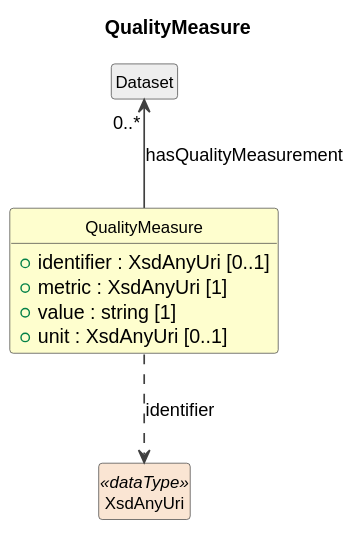
Before: build/plantuml/cdifDiscovery/Classes/QualityMeasure.svg, a diagram exported from PlantUML (Cross-Domain-Interoperability-Framework/metadataBuildingBlocks).
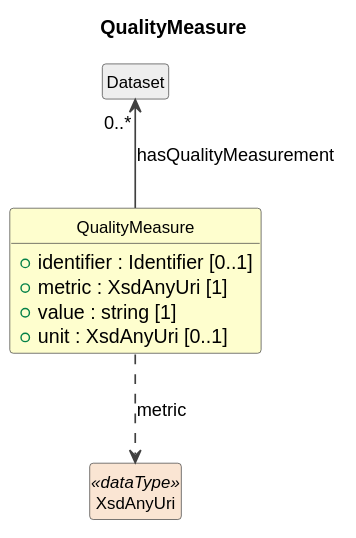
Above is the later version.

Change to the diagram source:
```diff
@@ -11,7 +11,7 @@
 }
 
 class "QualityMeasure" as QualityMeasure #FEFECE {
-  +identifier : XsdAnyUri [0..1]
+  +identifier : Identifier [0..1]
   +metric : XsdAnyUri [1]
   +value : string [1]
   +unit : XsdAnyUri [0..1]
@@ -19,5 +19,5 @@
 class "Dataset" as Dataset #EEEEEE
 Dataset "0..*" <-- QualityMeasure : hasQualityMeasurement
 class "XsdAnyUri" as XsdAnyUri <<dataType>> #FAE5D3
-QualityMeasure ..> XsdAnyUri : identifier
+QualityMeasure ..> XsdAnyUri : metric
 @enduml
```
